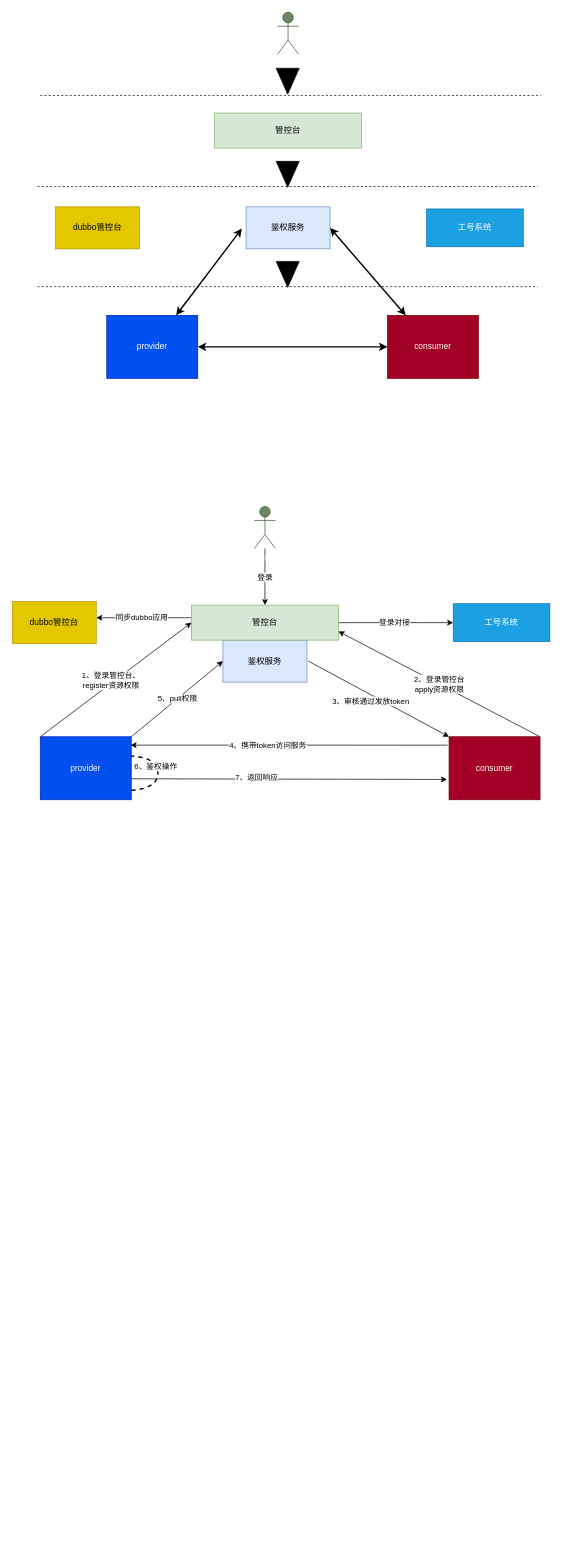
The draw.io diagram 鉴权中心一期.drawio in gitcodeporter/draw-uml, before the edit. Source tidied: cells renumbered, new cells numbered last; positions are measured from the earlier drawing's top-left corner, leaving out a move shared by most shapes. Both pictures are drawn from the tidied source at 70%, with x=0, y=0 at pixel (12, 12).
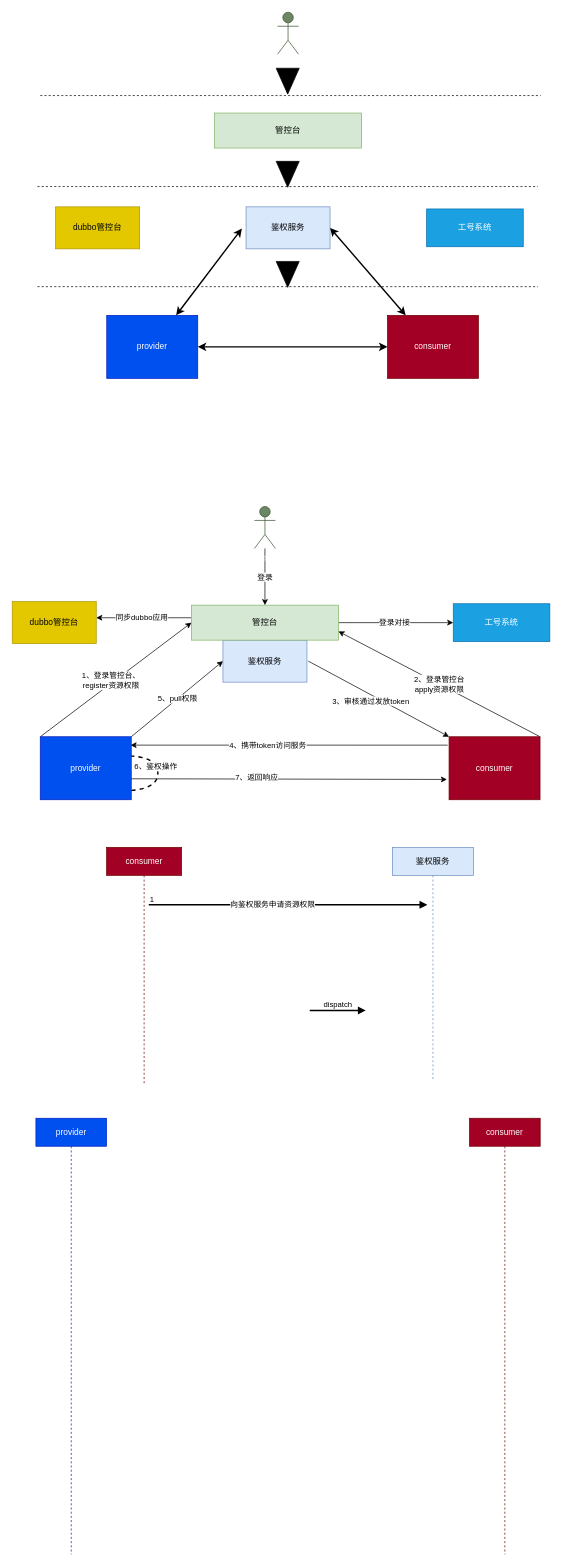
Above is the later version.

Commit message:
更新鉴权中心一期.drawio

Change to the diagram source:
```diff
@@
+    <mxCell id="42" value="provider" style="shape=umlLifeline;perimeter=lifelinePerimeter;whiteSpace=wrap;html=1;fillColor=#0050ef;strokeColor=#001DBC;fontColor=#ffffff;" parent="1" vertex="1">
+      <mxGeometry x="33.8" y="1580" width="101" height="623" as="geometry" />
+    </mxCell>
+    <mxCell id="43" value="consumer" style="shape=umlLifeline;perimeter=lifelinePerimeter;whiteSpace=wrap;html=1;fillColor=#a20025;strokeColor=#6F0000;fontColor=#ffffff;" parent="1" vertex="1">
+      <mxGeometry x="653.2" y="1580" width="101" height="623" as="geometry" />
+    </mxCell>
+    <mxCell id="44" value="鉴权服务" style="shape=umlLifeline;perimeter=lifelinePerimeter;whiteSpace=wrap;html=1;fillColor=#dae8fc;strokeColor=#6c8ebf;" parent="1" vertex="1">
+      <mxGeometry x="543" y="1193" width="116" height="334" as="geometry" />
+    </mxCell>
+    <mxCell id="45" value="consumer" style="shape=umlLifeline;perimeter=lifelinePerimeter;whiteSpace=wrap;html=1;fillColor=#a20025;strokeColor=#6F0000;fontColor=#ffffff;" parent="1" vertex="1">
+      <mxGeometry x="134.8" y="1193" width="107.2" height="338" as="geometry" />
+    </mxCell>
+    <mxCell id="46" value="dispatch" style="html=1;verticalAlign=bottom;endArrow=block;strokeWidth=2;" parent="1" edge="1">
+      <mxGeometry relative="1" as="geometry">
+        <mxPoint x="425" y="1426" as="sourcePoint" />
+        <mxPoint x="505" y="1426" as="targetPoint" />
+      </mxGeometry>
+    </mxCell>
+    <mxCell id="47" value="向鉴权服务申请资源权限" style="endArrow=block;endFill=1;html=1;edgeStyle=orthogonalEdgeStyle;align=left;verticalAlign=top;strokeWidth=2;" parent="1" edge="1">
+      <mxGeometry x="-0.42" y="14" relative="1" as="geometry">
+        <mxPoint x="195" y="1275" as="sourcePoint" />
+        <mxPoint x="593" y="1275" as="targetPoint" />
+      </mxGeometry>
+    </mxCell>
+    <mxCell id="48" value="1" style="edgeLabel;html=1;align=left;verticalAlign=bottom;" parent="47" vertex="1">
+      <mxGeometry x="-1" relative="1" as="geometry" />
+    </mxCell>
```
